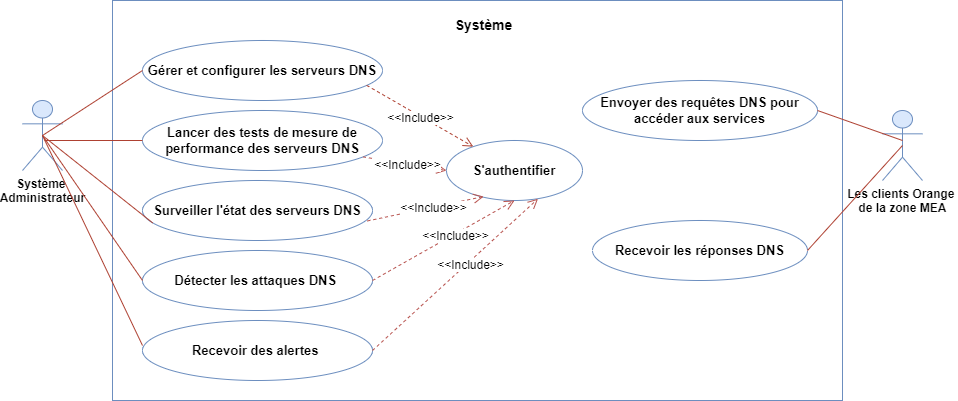
Above: GlobalUseCase.drawio.png in eya-harbaoui/Diagramms (draw.io), before the change. Source tidied: cells renumbered, new cells last; positions are measured from the earlier drawing's top-left corner, leaving out a move shared by most shapes. The source it was exported from:
```xml
<mxGraphModel>
  <root>
    <mxCell id="0" />
    <mxCell id="1" parent="0" />
    <mxCell id="2" value="Les clients Orange&amp;nbsp;&lt;div&gt;de la zone MEA&lt;/div&gt;" style="shape=umlActor;verticalLabelPosition=bottom;verticalAlign=top;html=1;outlineConnect=0;fontStyle=1;fillColor=#dae8fc;strokeColor=#6c8ebf;" parent="1" vertex="1">
      <mxGeometry x="860" y="110" width="40" height="70" as="geometry" />
    </mxCell>
    <mxCell id="3" style="rounded=0;whiteSpace=wrap;html=1;strokeColor=#6C8EBF;" parent="1" vertex="1">
      <mxGeometry x="90" width="730" height="400" as="geometry" />
    </mxCell>
    <mxCell id="4" value="&lt;b&gt;&lt;font style=&quot;font-size: 13px;&quot;&gt;Gérer et configurer les serveurs DNS&lt;/font&gt;&lt;/b&gt;" style="ellipse;whiteSpace=wrap;html=1;fillColor=#FFFFFF;strokeColor=#6c8ebf;" parent="1" vertex="1">
      <mxGeometry x="120" y="40" width="240" height="60" as="geometry" />
    </mxCell>
    <mxCell id="5" value="&lt;b&gt;&lt;font style=&quot;font-size: 14px;&quot;&gt;Système&lt;/font&gt;&lt;/b&gt;" style="text;strokeColor=none;align=center;fillColor=none;html=1;verticalAlign=middle;whiteSpace=wrap;rounded=0;" parent="1" vertex="1">
      <mxGeometry x="424" y="10" width="75" height="30" as="geometry" />
    </mxCell>
    <mxCell id="6" value="&lt;b&gt;&lt;font style=&quot;font-size: 13px;&quot;&gt;Lancer des tests de mesure de performance des serveurs DNS&lt;/font&gt;&lt;/b&gt;" style="ellipse;whiteSpace=wrap;html=1;fillColor=#ffffff;strokeColor=#6C8EBF;" parent="1" vertex="1">
      <mxGeometry x="120" y="110" width="240" height="60" as="geometry" />
    </mxCell>
    <mxCell id="7" value="&lt;b&gt;&lt;font style=&quot;font-size: 13px;&quot;&gt;Surveiller l'état des serveurs DNS&lt;/font&gt;&lt;/b&gt;" style="ellipse;whiteSpace=wrap;html=1;strokeColor=#6C8EBF;" parent="1" vertex="1">
      <mxGeometry x="120" y="180" width="230" height="60" as="geometry" />
    </mxCell>
    <mxCell id="8" value="&lt;b&gt;&lt;font style=&quot;font-size: 13px;&quot;&gt;Détecter les attaques DNS&amp;nbsp;&lt;/font&gt;&lt;/b&gt;" style="ellipse;whiteSpace=wrap;html=1;strokeColor=#6C8EBF;" parent="1" vertex="1">
      <mxGeometry x="120" y="250" width="230" height="60" as="geometry" />
    </mxCell>
    <mxCell id="9" value="&lt;b&gt;&lt;font style=&quot;font-size: 13px;&quot;&gt;Recevoir des alertes&amp;nbsp;&lt;/font&gt;&lt;/b&gt;" style="ellipse;whiteSpace=wrap;html=1;strokeColor=#6C8EBF;" parent="1" vertex="1">
      <mxGeometry x="120" y="320" width="230" height="60" as="geometry" />
    </mxCell>
    <mxCell id="10" value="&lt;b&gt;&lt;font style=&quot;font-size: 13px;&quot;&gt;S'authentifier&lt;/font&gt;&lt;/b&gt;" style="ellipse;whiteSpace=wrap;html=1;strokeColor=#6C8EBF;" parent="1" vertex="1">
      <mxGeometry x="424" y="140" width="136" height="60" as="geometry" />
    </mxCell>
    <mxCell id="11" value="&lt;b&gt;&lt;font style=&quot;font-size: 13px;&quot;&gt;Envoyer des requêtes DNS pour accéder aux services&lt;/font&gt;&lt;/b&gt;" style="ellipse;whiteSpace=wrap;html=1;strokeColor=#6C8EBF;" parent="1" vertex="1">
      <mxGeometry x="560" y="80" width="235" height="60" as="geometry" />
    </mxCell>
    <mxCell id="12" value="&lt;b&gt;&lt;font style=&quot;font-size: 13px;&quot;&gt;Recevoir les réponses DNS&lt;/font&gt;&lt;/b&gt;" style="ellipse;whiteSpace=wrap;html=1;strokeColor=#6C8EBF;" parent="1" vertex="1">
      <mxGeometry x="570" y="220" width="215" height="60" as="geometry" />
    </mxCell>
    <mxCell id="13" value="Système&amp;nbsp;&lt;div&gt;Administrateur&lt;/div&gt;" style="shape=umlActor;verticalLabelPosition=bottom;verticalAlign=top;html=1;outlineConnect=0;fontStyle=1;fillColor=#dae8fc;strokeColor=#6c8ebf;" parent="1" vertex="1">
      <mxGeometry y="100" width="40" height="70" as="geometry" />
    </mxCell>
    <mxCell id="14" value="&lt;font style=&quot;font-size: 12px;&quot;&gt;&amp;lt;&amp;lt;Include&amp;gt;&amp;gt;&lt;/font&gt;" style="html=1;verticalAlign=bottom;endArrow=open;dashed=1;endSize=8;curved=0;rounded=0;exitX=0.934;exitY=0.748;exitDx=0;exitDy=0;exitPerimeter=0;fillColor=#fad9d5;strokeColor=#ae4132;" parent="1" edge="1" source="4" target="10">
      <mxGeometry x="0.1" y="-10" relative="1" as="geometry" />
    </mxCell>
    <mxCell id="15" value="&lt;font style=&quot;font-size: 12px;&quot;&gt;&amp;lt;&amp;lt;Include&amp;gt;&amp;gt;&lt;/font&gt;" style="html=1;verticalAlign=bottom;endArrow=open;dashed=1;endSize=8;curved=0;rounded=0;entryX=0;entryY=0.5;entryDx=0;entryDy=0;fillColor=#f8cecc;strokeColor=#b85450;" parent="1" edge="1" source="6" target="10">
      <mxGeometry x="0.1" y="-10" relative="1" as="geometry" />
    </mxCell>
    <mxCell id="16" value="&lt;font style=&quot;font-size: 12px;&quot;&gt;&amp;lt;&amp;lt;Include&amp;gt;&amp;gt;&lt;/font&gt;" style="html=1;verticalAlign=bottom;endArrow=open;dashed=1;endSize=8;curved=0;rounded=0;exitX=0.978;exitY=0.674;exitDx=0;exitDy=0;exitPerimeter=0;entryX=0.273;entryY=0.934;entryDx=0;entryDy=0;entryPerimeter=0;fillColor=#f8cecc;strokeColor=#b85450;" parent="1" edge="1" source="7" target="10">
      <mxGeometry x="0.1" y="-10" relative="1" as="geometry" />
    </mxCell>
    <mxCell id="17" value="&lt;font style=&quot;font-size: 12px;&quot;&gt;&amp;lt;&amp;lt;Include&amp;gt;&amp;gt;&lt;/font&gt;" style="html=1;verticalAlign=bottom;endArrow=open;dashed=1;endSize=8;curved=0;rounded=0;exitX=1;exitY=0.5;exitDx=0;exitDy=0;entryX=0.5;entryY=1;entryDx=0;entryDy=0;fillColor=#f8cecc;strokeColor=#b85450;" parent="1" edge="1" source="8" target="10">
      <mxGeometry x="0.1" y="-10" relative="1" as="geometry" />
    </mxCell>
    <mxCell id="18" value="&lt;font style=&quot;font-size: 12px;&quot;&gt;&amp;lt;&amp;lt;Include&amp;gt;&amp;gt;&lt;/font&gt;" style="html=1;verticalAlign=bottom;endArrow=open;dashed=1;endSize=8;curved=0;rounded=0;exitX=1;exitY=0.5;exitDx=0;exitDy=0;entryX=0.673;entryY=0.971;entryDx=0;entryDy=0;entryPerimeter=0;fillColor=#f8cecc;strokeColor=#b85450;" parent="1" edge="1" source="9" target="10">
      <mxGeometry x="0.1" y="-10" relative="1" as="geometry" />
    </mxCell>
    <mxCell id="19" style="endArrow=none;html=1;rounded=0;entryX=0;entryY=0.5;entryDx=0;entryDy=0;exitX=0.5;exitY=0.5;exitDx=0;exitDy=0;exitPerimeter=0;fillColor=#fad9d5;strokeColor=#ae4132;" parent="1" edge="1" source="13" target="4">
      <mxGeometry relative="1" as="geometry" />
    </mxCell>
    <mxCell id="20" style="endArrow=none;html=1;rounded=0;fillColor=#fad9d5;strokeColor=#ae4132;" parent="1" edge="1" target="6">
      <mxGeometry relative="1" as="geometry">
        <mxPoint x="22" y="140" as="sourcePoint" />
      </mxGeometry>
    </mxCell>
    <mxCell id="21" style="endArrow=none;html=1;rounded=0;entryX=0.044;entryY=0.706;entryDx=0;entryDy=0;entryPerimeter=0;exitX=0.5;exitY=0.5;exitDx=0;exitDy=0;exitPerimeter=0;fillColor=#fad9d5;strokeColor=#ae4132;" parent="1" edge="1" source="13" target="7">
      <mxGeometry relative="1" as="geometry" />
    </mxCell>
    <mxCell id="22" style="endArrow=none;html=1;rounded=0;entryX=0;entryY=0.5;entryDx=0;entryDy=0;exitX=0.5;exitY=0.5;exitDx=0;exitDy=0;exitPerimeter=0;fillColor=#fad9d5;strokeColor=#ae4132;" parent="1" edge="1" source="13" target="8">
      <mxGeometry relative="1" as="geometry" />
    </mxCell>
    <mxCell id="23" style="endArrow=none;html=1;rounded=0;entryX=0;entryY=0.5;entryDx=0;entryDy=0;exitX=0.5;exitY=0.5;exitDx=0;exitDy=0;exitPerimeter=0;fillColor=#fad9d5;strokeColor=#ae4132;" parent="1" edge="1" source="13">
      <mxGeometry relative="1" as="geometry">
        <mxPoint x="120" y="345" as="targetPoint" />
      </mxGeometry>
    </mxCell>
    <mxCell id="24" style="endArrow=none;html=1;rounded=0;exitX=1;exitY=0.5;exitDx=0;exitDy=0;fillColor=#fad9d5;strokeColor=#ae4132;" parent="1" edge="1" source="11">
      <mxGeometry relative="1" as="geometry">
        <mxPoint x="880" y="140" as="targetPoint" />
      </mxGeometry>
    </mxCell>
    <mxCell id="25" style="endArrow=none;html=1;rounded=0;exitX=1;exitY=0.5;exitDx=0;exitDy=0;entryX=0.5;entryY=0.5;entryDx=0;entryDy=0;entryPerimeter=0;fillColor=#fad9d5;strokeColor=#ae4132;" parent="1" edge="1" source="12" target="2">
      <mxGeometry relative="1" as="geometry" />
    </mxCell>
  </root>
</mxGraphModel>
```
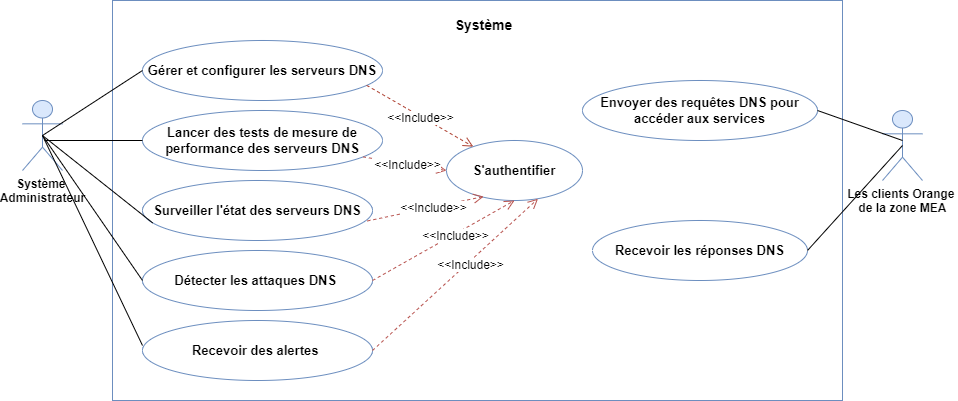
Above is the later version.

What changed in the source:
```diff
@@ -53,31 +53,31 @@
     <mxCell id="18" value="&lt;font style=&quot;font-size: 12px;&quot;&gt;&amp;lt;&amp;lt;Include&amp;gt;&amp;gt;&lt;/font&gt;" style="html=1;verticalAlign=bottom;endArrow=open;dashed=1;endSize=8;curved=0;rounded=0;exitX=1;exitY=0.5;exitDx=0;exitDy=0;entryX=0.673;entryY=0.971;entryDx=0;entryDy=0;entryPerimeter=0;fillColor=#f8cecc;strokeColor=#b85450;" parent="1" edge="1" source="9" target="10">
       <mxGeometry x="0.1" y="-10" relative="1" as="geometry" />
     </mxCell>
-    <mxCell id="19" style="endArrow=none;html=1;rounded=0;entryX=0;entryY=0.5;entryDx=0;entryDy=0;exitX=0.5;exitY=0.5;exitDx=0;exitDy=0;exitPerimeter=0;fillColor=#fad9d5;strokeColor=#ae4132;" parent="1" edge="1" source="13" target="4">
+    <mxCell id="19" style="endArrow=none;html=1;rounded=0;entryX=0;entryY=0.5;entryDx=0;entryDy=0;exitX=0.5;exitY=0.5;exitDx=0;exitDy=0;exitPerimeter=0;fillColor=#fad9d5;strokeColor=#000000;" parent="1" edge="1" source="13" target="4">
       <mxGeometry relative="1" as="geometry" />
     </mxCell>
-    <mxCell id="20" style="endArrow=none;html=1;rounded=0;fillColor=#fad9d5;strokeColor=#ae4132;" parent="1" edge="1" target="6">
+    <mxCell id="20" style="endArrow=none;html=1;rounded=0;fillColor=#fad9d5;strokeColor=#000000;" parent="1" edge="1" target="6">
       <mxGeometry relative="1" as="geometry">
         <mxPoint x="22" y="140" as="sourcePoint" />
       </mxGeometry>
     </mxCell>
-    <mxCell id="21" style="endArrow=none;html=1;rounded=0;entryX=0.044;entryY=0.706;entryDx=0;entryDy=0;entryPerimeter=0;exitX=0.5;exitY=0.5;exitDx=0;exitDy=0;exitPerimeter=0;fillColor=#fad9d5;strokeColor=#ae4132;" parent="1" edge="1" source="13" target="7">
+    <mxCell id="21" style="endArrow=none;html=1;rounded=0;entryX=0.044;entryY=0.706;entryDx=0;entryDy=0;entryPerimeter=0;exitX=0.5;exitY=0.5;exitDx=0;exitDy=0;exitPerimeter=0;fillColor=#fad9d5;strokeColor=#000000;" parent="1" edge="1" source="13" target="7">
       <mxGeometry relative="1" as="geometry" />
     </mxCell>
-    <mxCell id="22" style="endArrow=none;html=1;rounded=0;entryX=0;entryY=0.5;entryDx=0;entryDy=0;exitX=0.5;exitY=0.5;exitDx=0;exitDy=0;exitPerimeter=0;fillColor=#fad9d5;strokeColor=#ae4132;" parent="1" edge="1" source="13" target="8">
+    <mxCell id="22" style="endArrow=none;html=1;rounded=0;entryX=0;entryY=0.5;entryDx=0;entryDy=0;exitX=0.5;exitY=0.5;exitDx=0;exitDy=0;exitPerimeter=0;fillColor=#fad9d5;strokeColor=#000000;" parent="1" edge="1" source="13" target="8">
       <mxGeometry relative="1" as="geometry" />
     </mxCell>
-    <mxCell id="23" style="endArrow=none;html=1;rounded=0;entryX=0;entryY=0.5;entryDx=0;entryDy=0;exitX=0.5;exitY=0.5;exitDx=0;exitDy=0;exitPerimeter=0;fillColor=#fad9d5;strokeColor=#ae4132;" parent="1" edge="1" source="13">
+    <mxCell id="23" style="endArrow=none;html=1;rounded=0;entryX=0;entryY=0.5;entryDx=0;entryDy=0;exitX=0.5;exitY=0.5;exitDx=0;exitDy=0;exitPerimeter=0;fillColor=#fad9d5;strokeColor=#000000;" parent="1" edge="1" source="13">
       <mxGeometry relative="1" as="geometry">
         <mxPoint x="120" y="345" as="targetPoint" />
       </mxGeometry>
     </mxCell>
-    <mxCell id="24" style="endArrow=none;html=1;rounded=0;exitX=1;exitY=0.5;exitDx=0;exitDy=0;fillColor=#fad9d5;strokeColor=#ae4132;" parent="1" edge="1" source="11">
+    <mxCell id="24" style="endArrow=none;html=1;rounded=0;exitX=1;exitY=0.5;exitDx=0;exitDy=0;fillColor=#fad9d5;strokeColor=#000000;" parent="1" edge="1" source="11">
       <mxGeometry relative="1" as="geometry">
         <mxPoint x="880" y="140" as="targetPoint" />
       </mxGeometry>
     </mxCell>
-    <mxCell id="25" style="endArrow=none;html=1;rounded=0;exitX=1;exitY=0.5;exitDx=0;exitDy=0;entryX=0.5;entryY=0.5;entryDx=0;entryDy=0;entryPerimeter=0;fillColor=#fad9d5;strokeColor=#ae4132;" parent="1" edge="1" source="12" target="2">
+    <mxCell id="25" style="endArrow=none;html=1;rounded=0;exitX=1;exitY=0.5;exitDx=0;exitDy=0;entryX=0.5;entryY=0.5;entryDx=0;entryDy=0;entryPerimeter=0;fillColor=#fad9d5;strokeColor=#000000;" parent="1" edge="1" source="12" target="2">
       <mxGeometry relative="1" as="geometry" />
     </mxCell>
   </root>
```
